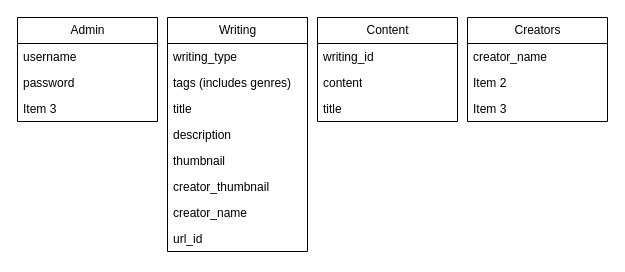
Above: schema.drawio in Matt-Eva/stoicelm-express (draw.io), before the change. Source tidied: cells renumbered, new cells numbered last; positions are measured from the earlier drawing's top-left corner, leaving out a move shared by most shapes. Both pictures are drawn from the tidied source at 100%, with x=0, y=0 at pixel (17, 17).
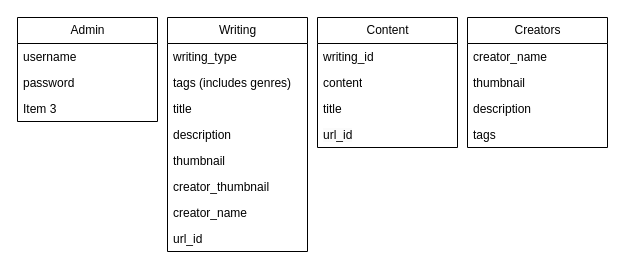
The same page after the edit.

What changed in the source:
```diff
@@
     <mxCell id="15" value="Creators" style="swimlane;fontStyle=0;horizontal=1;startSize=26;fillColor=none;html=1;" parent="1" vertex="1">
-      <mxGeometry x="450" width="140" height="104" as="geometry" />
+      <mxGeometry x="450" width="140" height="130" as="geometry" />
     </mxCell>
@@
-    <mxCell id="17" value="Item 2" style="text;strokeColor=none;fillColor=none;align=left;verticalAlign=top;spacingLeft=4;spacingRight=4;overflow=hidden;whiteSpace=wrap;html=1;" parent="15" vertex="1">
+    <mxCell id="17" value="thumbnail" style="text;strokeColor=none;fillColor=none;align=left;verticalAlign=top;spacingLeft=4;spacingRight=4;overflow=hidden;whiteSpace=wrap;html=1;" parent="15" vertex="1">
       <mxGeometry y="52" width="140" height="26" as="geometry" />
     </mxCell>
-    <mxCell id="18" value="Item 3" style="text;strokeColor=none;fillColor=none;align=left;verticalAlign=top;spacingLeft=4;spacingRight=4;overflow=hidden;whiteSpace=wrap;html=1;" parent="15" vertex="1">
+    <mxCell id="18" value="description" style="text;strokeColor=none;fillColor=none;align=left;verticalAlign=top;spacingLeft=4;spacingRight=4;overflow=hidden;whiteSpace=wrap;html=1;" parent="15" vertex="1">
       <mxGeometry y="78" width="140" height="26" as="geometry" />
     </mxCell>
+    <mxCell id="23" value="tags" style="text;strokeColor=none;fillColor=none;align=left;verticalAlign=top;spacingLeft=4;spacingRight=4;overflow=hidden;whiteSpace=wrap;html=1;" parent="15" vertex="1">
+      <mxGeometry y="104" width="140" height="26" as="geometry" />
+    </mxCell>
     <mxCell id="19" value="Content" style="swimlane;fontStyle=0;horizontal=1;startSize=26;fillColor=none;html=1;" parent="1" vertex="1">
-      <mxGeometry x="300" width="140" height="104" as="geometry" />
+      <mxGeometry x="300" width="140" height="130" as="geometry" />
     </mxCell>
@@
+    <mxCell id="24" value="&lt;span style=&quot;color: rgb(0, 0, 0); font-family: Helvetica; font-size: 12px; font-style: normal; font-variant-ligatures: normal; font-variant-caps: normal; font-weight: 400; letter-spacing: normal; orphans: 2; text-align: left; text-indent: 0px; text-transform: none; widows: 2; word-spacing: 0px; -webkit-text-stroke-width: 0px; background-color: rgb(251, 251, 251); text-decoration-thickness: initial; text-decoration-style: initial; text-decoration-color: initial; float: none; display: inline !important;&quot;&gt;url_id&lt;/span&gt;" style="text;strokeColor=none;fillColor=none;align=left;verticalAlign=top;spacingLeft=4;spacingRight=4;overflow=hidden;whiteSpace=wrap;html=1;" parent="19" vertex="1">
+      <mxGeometry y="104" width="140" height="26" as="geometry" />
+    </mxCell>
```
